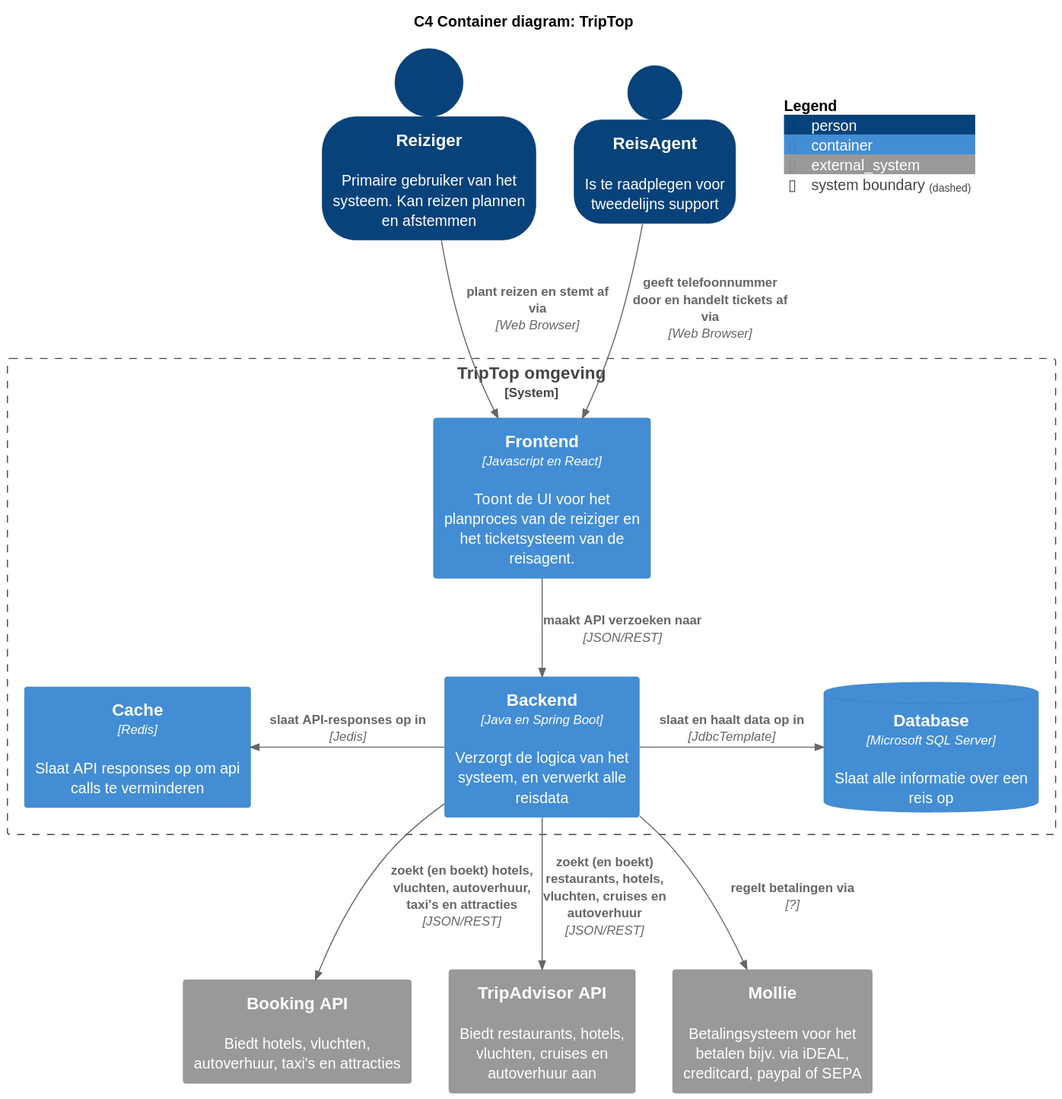
AIM-ENE-feb25/triptop-groep-4-jochem-roald-stijn-a keeps this PlantUML diagram as software-guidebook/sgb-bestanden/container-diagram-C4_Container_diagram__TripTop.svg. Above is the earlier version. Its diagram source:
```plantuml
@startuml
title C4 Container diagram: TripTop
!include <C4/C4_Container.puml>

top to bottom direction

SHOW_PERSON_OUTLINE()

Person(reiziger, "Reiziger", "Primaire gebruiker van het systeem. Kan reizen plannen en afstemmen")
Person(reisagent, "ReisAgent", "Is te raadplegen voor tweedelijns support")

System_Boundary(system, "TripTop omgeving") {
    Container(frontend, "Frontend", "Javascript en React", "Toont de UI voor het planproces van de reiziger en het ticketsysteem van de reisagent.")
    Container(backend, "Backend", "Java en Spring Boot", "Verzorgt de logica van het systeem, en verwerkt alle reisdata")
    ContainerDb(db, "Database", "Microsoft SQL Server", "Slaat alle informatie over een reis op")
    Container(cache, "Cache", "Redis", "Slaat API responses op om api calls te verminderen")
}

System_Ext(booking, "Booking API", "Biedt hotels, vluchten, autoverhuur, taxi's en attracties")
System_Ext(tripadvisor, "TripAdvisor API", "Biedt restaurants, hotels, vluchten, cruises en autoverhuur aan")
System_Ext(mollie, "Mollie", "Betalingsysteem voor het betalen bijv. via iDEAL, creditcard, paypal of SEPA")

Rel(reiziger, frontend, "plant reizen en stemt af via", "Web Browser")
Rel(reisagent, frontend, "geeft telefoonnummer door en handelt tickets af via", "Web Browser")

Rel(frontend, backend, "maakt API verzoeken naar", "JSON/REST")
Rel_R(backend, db, "slaat en haalt data op in", "JdbcTemplate")
Rel_L(backend, cache, "slaat API-responses op in", "Jedis")


Rel(backend, booking, "zoekt (en boekt) hotels, vluchten, autoverhuur, taxi's en attracties", "JSON/REST")
Rel(backend, tripadvisor, "zoekt (en boekt) restaurants, hotels, vluchten, cruises en autoverhuur", "JSON/REST")
Rel(backend, mollie, "regelt betalingen via", "?")

SHOW_FLOATING_LEGEND()
@enduml
```
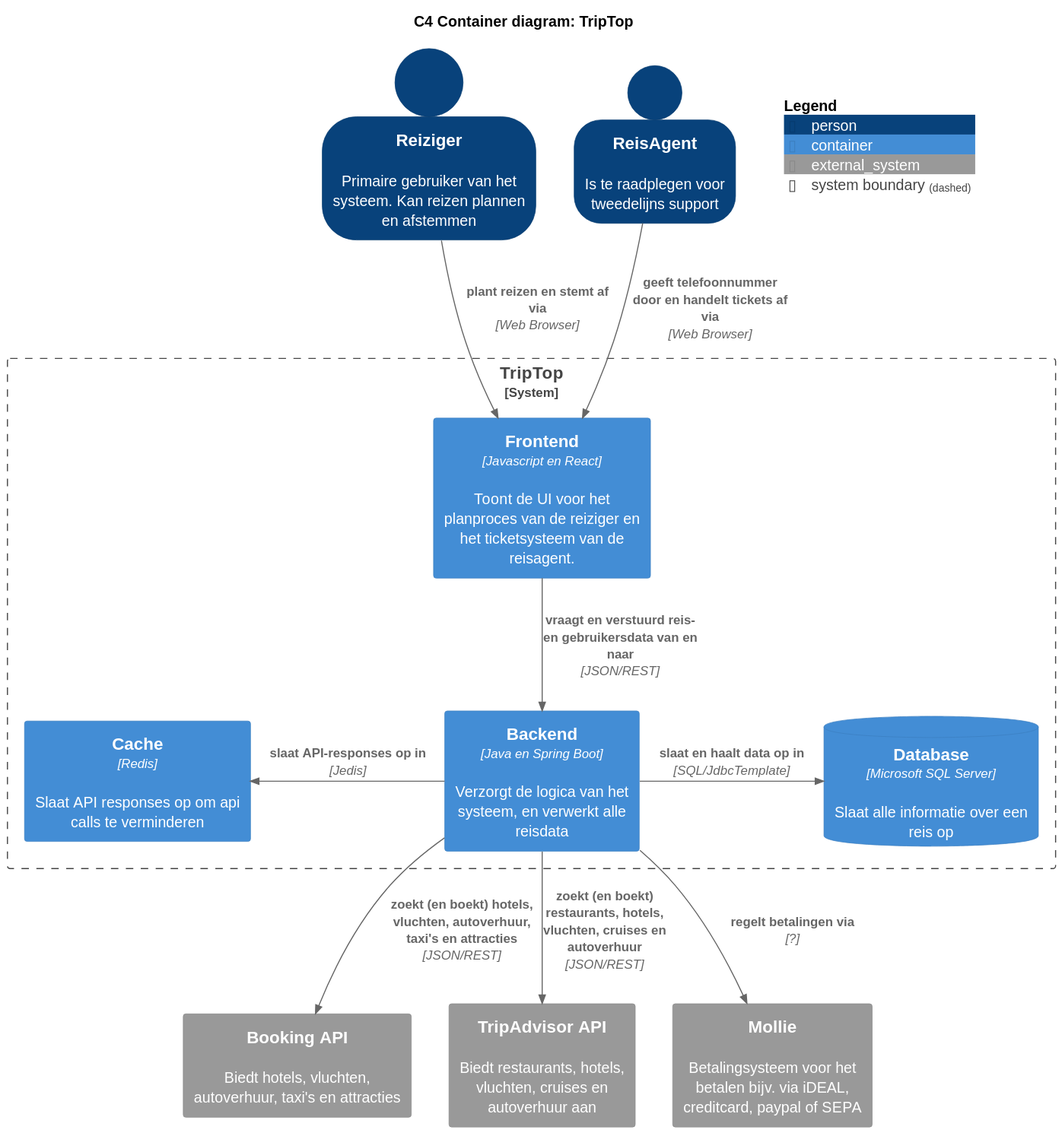
Above is the later version.

What changed in the source:
```diff
@@ -9,7 +9,7 @@
 Person(reiziger, "Reiziger", "Primaire gebruiker van het systeem. Kan reizen plannen en afstemmen")
 Person(reisagent, "ReisAgent", "Is te raadplegen voor tweedelijns support")
 
-System_Boundary(system, "TripTop omgeving") {
+System_Boundary(system, "TripTop") {
     Container(frontend, "Frontend", "Javascript en React", "Toont de UI voor het planproces van de reiziger en het ticketsysteem van de reisagent.")
     Container(backend, "Backend", "Java en Spring Boot", "Verzorgt de logica van het systeem, en verwerkt alle reisdata")
     ContainerDb(db, "Database", "Microsoft SQL Server", "Slaat alle informatie over een reis op")
@@ -23,8 +23,8 @@
 Rel(reiziger, frontend, "plant reizen en stemt af via", "Web Browser")
 Rel(reisagent, frontend, "geeft telefoonnummer door en handelt tickets af via", "Web Browser")
 
-Rel(frontend, backend, "maakt API verzoeken naar", "JSON/REST")
-Rel_R(backend, db, "slaat en haalt data op in", "JdbcTemplate")
+Rel(frontend, backend, "vraagt en verstuurd reis- en gebruikersdata van en naar", "JSON/REST")
+Rel_R(backend, db, "slaat en haalt data op in", "SQL/JdbcTemplate")
 Rel_L(backend, cache, "slaat API-responses op in", "Jedis")
 
 
```
